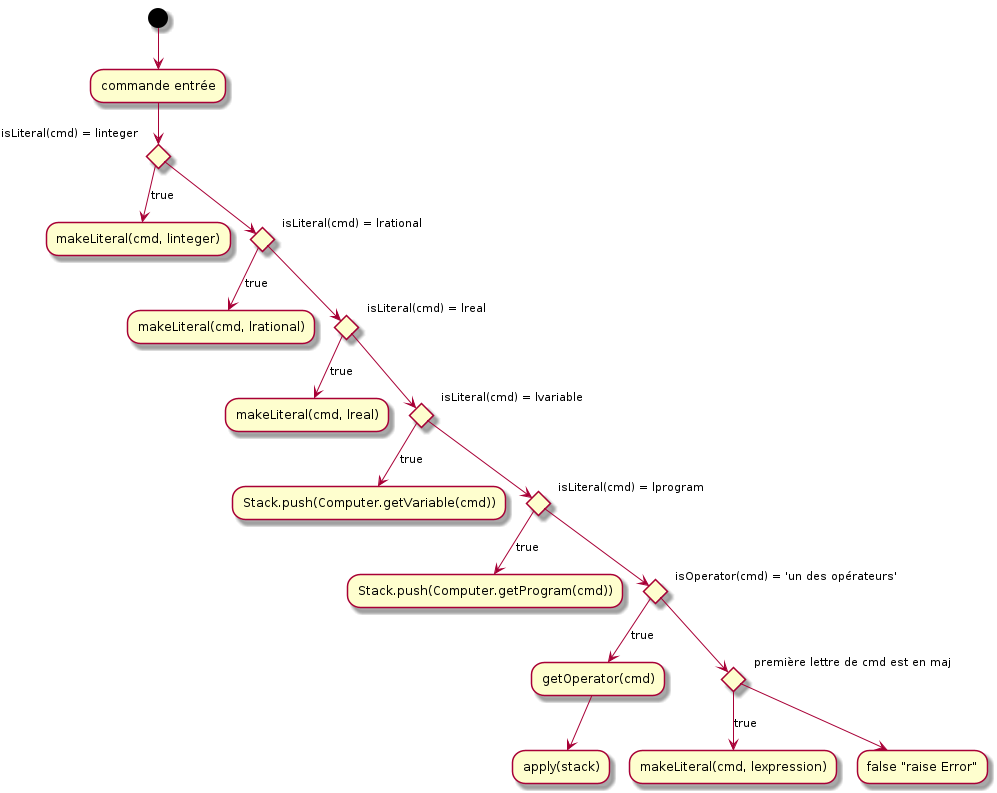
Earlier version of the PlantUML export UML/activiteTraitementCommande.png (pltheoclement/LO21).
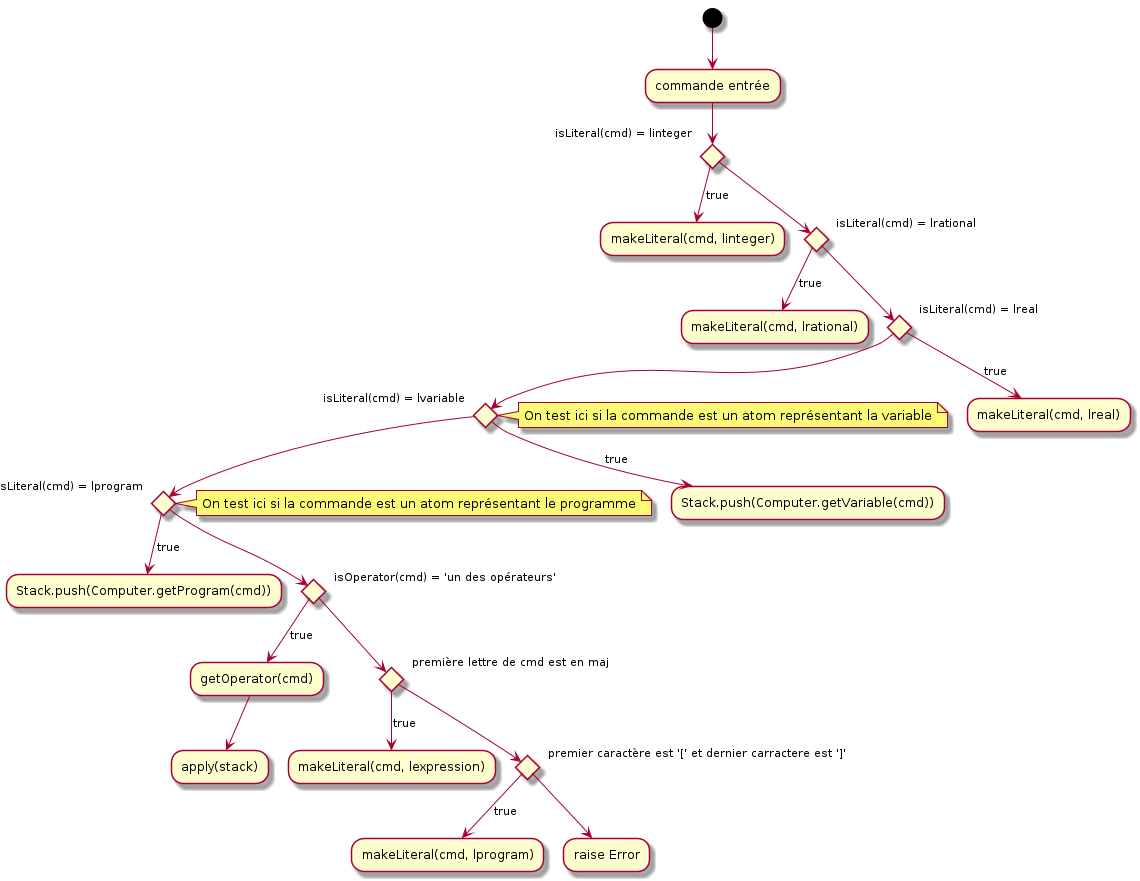
Later version of the same file.

Commit message:
ajout de l'empilement d'une littérale programme

Diff of the diagram source:
```diff
@@ -10,9 +10,11 @@
       -->[true] "makeLiteral(cmd, lreal)"
     else
       if "isLiteral(cmd) = lvariable" then
+      note right: On test ici si la commande est un atom représentant la variable
         -->[true] "Stack.push(Computer.getVariable(cmd))"
       else
         if "isLiteral(cmd) = lprogram" then
+        note right: On test ici si la commande est un atom représentant le programme
           -->[true] "Stack.push(Computer.getProgram(cmd))"
         else
           if "isOperator(cmd) = 'un des opérateurs'" then
@@ -22,7 +24,11 @@
             if "première lettre de cmd est en maj" then
               -->[true] "makeLiteral(cmd, lexpression)"
             else
-              -->false "raise Error"
+              if "premier caractère est '[' et dernier carractere est ']'"
+                -->[true] "makeLiteral(cmd, lprogram)"
+              else
+                --> "raise Error"
+              endif
             endif
           endif
         endif
```
